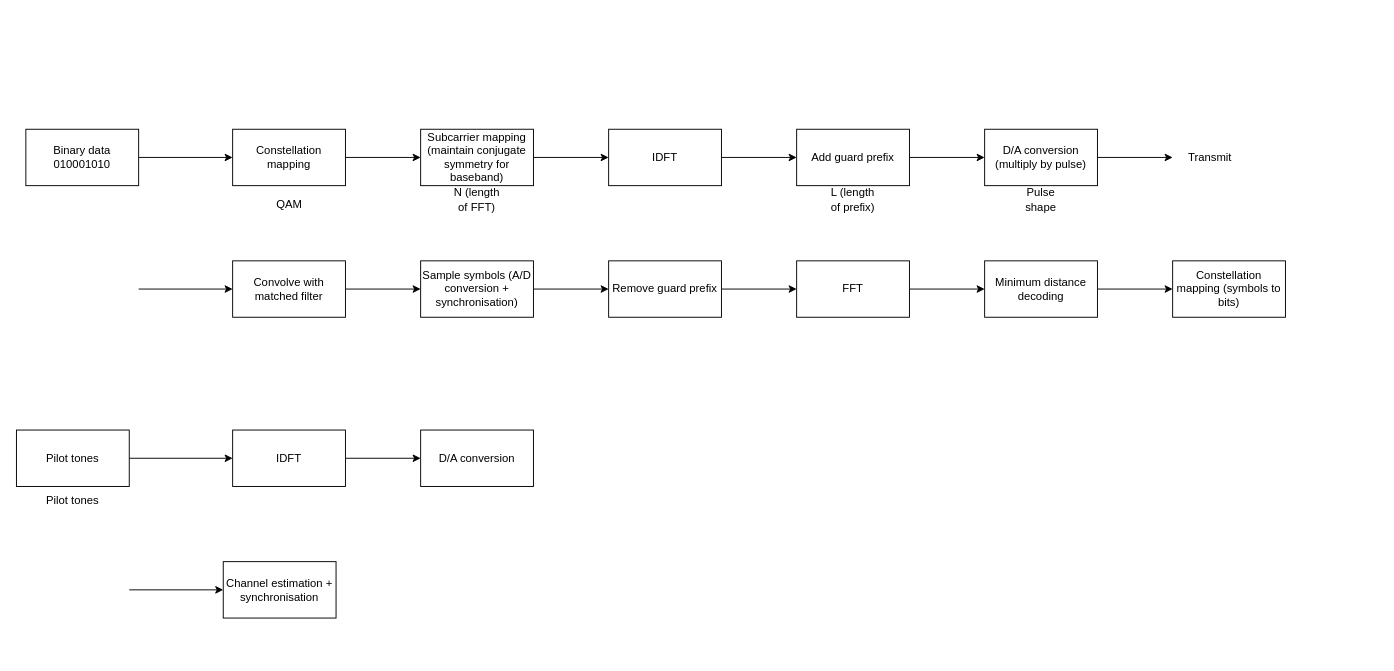
barkermrl/AudioModem keeps this draw.io diagram as OFDM.drawio. Above is the earlier version. Source tidied: cells renumbered, new cells numbered last; positions are measured from the earlier drawing's top-left corner, leaving out a move shared by most shapes. Both pictures are drawn from the tidied source at 94%, with x=0, y=0 at pixel (16, 129).
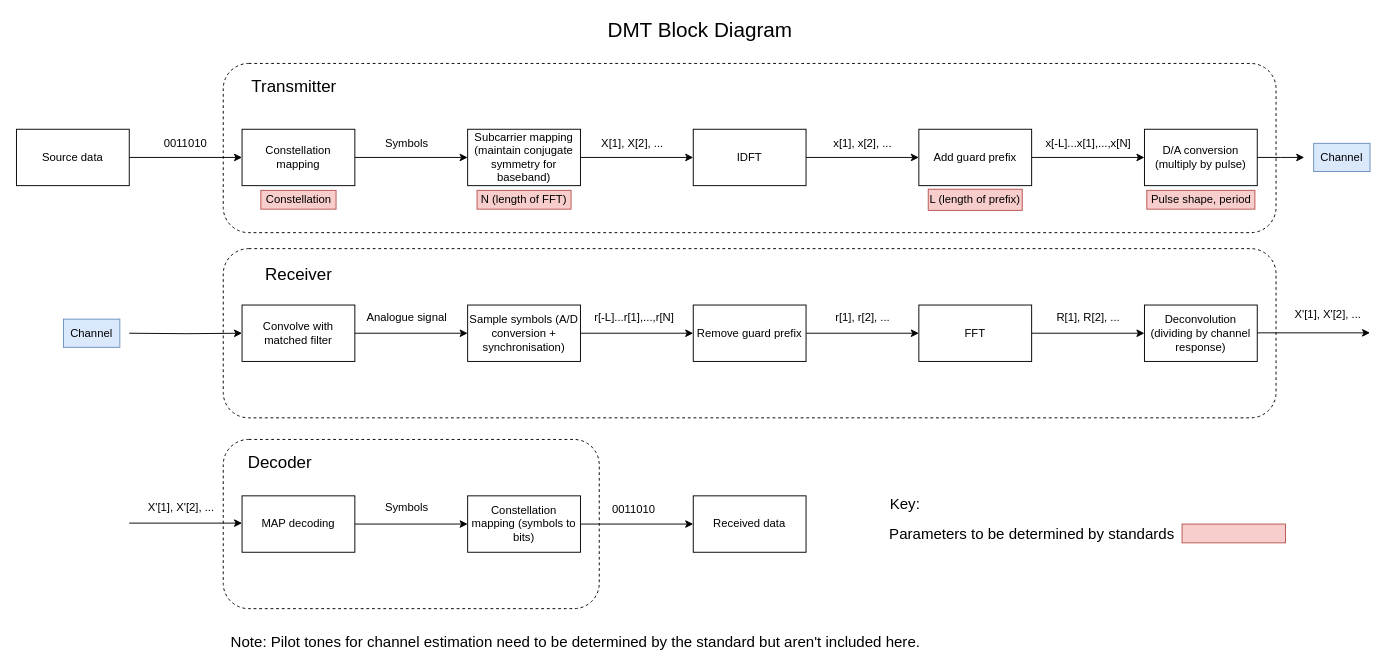
The same page after the edit.

Diff of the diagram source:
```diff
@@
+    <mxCell id="39" style="rounded=1;whiteSpace=wrap;html=1;fontSize=18;fillColor=none;dashed=1;" parent="1" vertex="1">
+      <mxGeometry x="220" y="330" width="400" height="180" as="geometry" />
+    </mxCell>
+    <mxCell id="40" style="rounded=1;whiteSpace=wrap;html=1;fontSize=18;fillColor=none;dashed=1;" parent="1" vertex="1">
+      <mxGeometry x="220" y="127" width="1120" height="180" as="geometry" />
+    </mxCell>
+    <mxCell id="41" style="rounded=1;whiteSpace=wrap;html=1;fontSize=18;fillColor=none;dashed=1;" parent="1" vertex="1">
+      <mxGeometry x="220" y="-70" width="1120" height="180" as="geometry" />
+    </mxCell>
@@
-    <mxCell id="3" value="Binary data&lt;br&gt;010001010" style="rounded=0;whiteSpace=wrap;html=1;" parent="1" vertex="1">
-      <mxGeometry x="10" width="120" height="60" as="geometry" />
+    <mxCell id="3" value="Source data" style="rounded=0;whiteSpace=wrap;html=1;" parent="1" vertex="1">
+      <mxGeometry width="120" height="60" as="geometry" />
     </mxCell>
@@
     <mxCell id="5" value="Constellation mapping" style="rounded=0;whiteSpace=wrap;html=1;" parent="1" vertex="1">
-      <mxGeometry x="230" width="120" height="60" as="geometry" />
+      <mxGeometry x="240" width="120" height="60" as="geometry" />
     </mxCell>
@@
     <mxCell id="7" value="Subcarrier mapping&lt;br&gt;(maintain conjugate symmetry for baseband)" style="rounded=0;whiteSpace=wrap;html=1;" parent="1" vertex="1">
-      <mxGeometry x="430" width="120" height="60" as="geometry" />
+      <mxGeometry x="480" width="120" height="60" as="geometry" />
     </mxCell>
@@
     <mxCell id="9" value="IDFT" style="whiteSpace=wrap;html=1;rounded=0;" parent="1" vertex="1">
-      <mxGeometry x="630" width="120" height="60" as="geometry" />
+      <mxGeometry x="720" width="120" height="60" as="geometry" />
     </mxCell>
@@
     <mxCell id="11" value="Add guard prefix" style="whiteSpace=wrap;html=1;rounded=0;" parent="1" vertex="1">
-      <mxGeometry x="830" width="120" height="60" as="geometry" />
+      <mxGeometry x="960" width="120" height="60" as="geometry" />
     </mxCell>
     <mxCell id="12" style="edgeStyle=orthogonalEdgeStyle;rounded=0;jettySize=auto;html=1;" parent="1" edge="1" source="13">
       <mxGeometry relative="1" as="geometry">
-        <mxPoint x="1230" y="30" as="targetPoint" />
+        <mxPoint x="1370" y="30" as="targetPoint" />
       </mxGeometry>
     </mxCell>
     <mxCell id="13" value="D/A conversion (multiply by pulse)" style="whiteSpace=wrap;html=1;rounded=0;" parent="1" vertex="1">
-      <mxGeometry x="1030" width="120" height="60" as="geometry" />
+      <mxGeometry x="1200" width="120" height="60" as="geometry" />
     </mxCell>
-    <mxCell id="14" value="QAM" style="text;html=1;align=center;verticalAlign=middle;strokeColor=none;fillColor=none;" parent="1" vertex="1">
-      <mxGeometry x="270" y="70" width="40" height="20" as="geometry" />
+    <mxCell id="14" value="Constellation" style="text;html=1;align=center;verticalAlign=middle;strokeColor=#b85450;fillColor=#f8cecc;" parent="1" vertex="1">
+      <mxGeometry x="260" y="65" width="80" height="20" as="geometry" />
     </mxCell>
-    <mxCell id="15" value="N (length of FFT)" style="text;html=1;strokeColor=none;fillColor=none;align=center;verticalAlign=middle;whiteSpace=wrap;rounded=0;" parent="1" vertex="1">
-      <mxGeometry x="460" y="60" width="60" height="30" as="geometry" />
+    <mxCell id="15" value="N (length of FFT)" style="text;html=1;strokeColor=#b85450;fillColor=#f8cecc;align=center;verticalAlign=middle;whiteSpace=wrap;rounded=0;" parent="1" vertex="1">
+      <mxGeometry x="490" y="65" width="100" height="20" as="geometry" />
     </mxCell>
-    <mxCell id="16" value="L (length of prefix)" style="text;html=1;strokeColor=none;fillColor=none;align=center;verticalAlign=middle;whiteSpace=wrap;rounded=0;" parent="1" vertex="1">
-      <mxGeometry x="860" y="60" width="60" height="30" as="geometry" />
+    <mxCell id="16" value="L (length of prefix)" style="text;html=1;strokeColor=#b85450;fillColor=#f8cecc;align=center;verticalAlign=middle;whiteSpace=wrap;rounded=0;" parent="1" vertex="1">
+      <mxGeometry x="970" y="63.8" width="100" height="22.5" as="geometry" />
     </mxCell>
-    <mxCell id="17" value="Pulse shape" style="text;html=1;strokeColor=none;fillColor=none;align=center;verticalAlign=middle;whiteSpace=wrap;rounded=0;" parent="1" vertex="1">
-      <mxGeometry x="1060" y="60" width="60" height="30" as="geometry" />
+    <mxCell id="17" value="Pulse shape, period" style="text;html=1;strokeColor=#b85450;fillColor=#f8cecc;align=center;verticalAlign=middle;whiteSpace=wrap;rounded=0;" parent="1" vertex="1">
+      <mxGeometry x="1202.5" y="65" width="115" height="20" as="geometry" />
     </mxCell>
-    <mxCell id="18" value="Transmit" style="text;html=1;strokeColor=none;fillColor=none;align=center;verticalAlign=middle;whiteSpace=wrap;rounded=0;" parent="1" vertex="1">
-      <mxGeometry x="1240" y="15" width="60" height="30" as="geometry" />
+    <mxCell id="18" value="Channel" style="text;html=1;strokeColor=#6c8ebf;fillColor=#dae8fc;align=center;verticalAlign=middle;whiteSpace=wrap;rounded=0;" parent="1" vertex="1">
+      <mxGeometry x="1380" y="15" width="60" height="30" as="geometry" />
     </mxCell>
@@
     <mxCell id="20" value="Convolve with matched filter" style="rounded=0;whiteSpace=wrap;html=1;" parent="1" vertex="1">
-      <mxGeometry x="230" y="140" width="120" height="60" as="geometry" />
+      <mxGeometry x="240" y="187" width="120" height="60" as="geometry" />
     </mxCell>
-    <mxCell id="21" style="edgeStyle=orthogonalEdgeStyle;rounded=0;orthogonalLoop=1;jettySize=auto;html=1;" parent="1" edge="1">
+    <mxCell id="21" style="edgeStyle=orthogonalEdgeStyle;rounded=0;jettySize=auto;html=1;entryX=0;entryY=0.5;entryDx=0;entryDy=0;" parent="1" edge="1" target="20">
       <mxGeometry relative="1" as="geometry">
-        <mxPoint x="130" y="170" as="sourcePoint" />
-        <mxPoint x="230" y="170" as="targetPoint" />
+        <mxPoint x="120" y="217" as="sourcePoint" />
       </mxGeometry>
     </mxCell>
@@
     <mxCell id="23" value="Sample symbols (A/D conversion + synchronisation)" style="whiteSpace=wrap;html=1;rounded=0;" parent="1" vertex="1">
-      <mxGeometry x="430" y="140" width="120" height="60" as="geometry" />
+      <mxGeometry x="480" y="187" width="120" height="60" as="geometry" />
     </mxCell>
@@
     <mxCell id="25" value="Remove guard prefix" style="whiteSpace=wrap;html=1;rounded=0;" parent="1" vertex="1">
-      <mxGeometry x="630" y="140" width="120" height="60" as="geometry" />
+      <mxGeometry x="720" y="187" width="120" height="60" as="geometry" />
     </mxCell>
-    <mxCell id="26" style="edgeStyle=orthogonalEdgeStyle;rounded=0;jettySize=auto;html=1;" parent="1" edge="1" source="27" target="29">
-      <mxGeometry relative="1" as="geometry" />
-    </mxCell>
+    <mxCell id="42" style="edgeStyle=orthogonalEdgeStyle;rounded=0;jettySize=auto;html=1;fontSize=18;" parent="1" edge="1" source="27" target="58">
+      <mxGeometry relative="1" as="geometry" />
+    </mxCell>
     <mxCell id="27" value="FFT" style="whiteSpace=wrap;html=1;rounded=0;" parent="1" vertex="1">
-      <mxGeometry x="830" y="140" width="120" height="60" as="geometry" />
+      <mxGeometry x="960" y="187" width="120" height="60" as="geometry" />
     </mxCell>
@@
-    <mxCell id="29" value="Minimum distance decoding" style="whiteSpace=wrap;html=1;rounded=0;" parent="1" vertex="1">
-      <mxGeometry x="1030" y="140" width="120" height="60" as="geometry" />
+    <mxCell id="29" value="MAP decoding" style="whiteSpace=wrap;html=1;rounded=0;" parent="1" vertex="1">
+      <mxGeometry x="240" y="390" width="120" height="60" as="geometry" />
     </mxCell>
+    <mxCell id="43" style="edgeStyle=orthogonalEdgeStyle;rounded=0;jettySize=auto;html=1;fontSize=18;" parent="1" edge="1" source="30" target="51">
+      <mxGeometry relative="1" as="geometry" />
+    </mxCell>
     <mxCell id="30" value="Constellation mapping (symbols to bits)" style="whiteSpace=wrap;html=1;rounded=0;" parent="1" vertex="1">
-      <mxGeometry x="1230" y="140" width="120" height="60" as="geometry" />
+      <mxGeometry x="480" y="390" width="120" height="60" as="geometry" />
     </mxCell>
-    <mxCell id="31" style="edgeStyle=orthogonalEdgeStyle;rounded=0;jettySize=auto;html=1;" parent="1" edge="1" source="32" target="34">
-      <mxGeometry relative="1" as="geometry" />
-    </mxCell>
-    <mxCell id="32" value="Pilot tones" style="rounded=0;whiteSpace=wrap;html=1;" parent="1" vertex="1">
-      <mxGeometry y="320" width="120" height="60" as="geometry" />
-    </mxCell>
-    <mxCell id="33" style="edgeStyle=orthogonalEdgeStyle;rounded=0;jettySize=auto;html=1;" parent="1" edge="1" source="34" target="37">
-      <mxGeometry relative="1" as="geometry" />
-    </mxCell>
-    <mxCell id="34" value="IDFT" style="whiteSpace=wrap;html=1;rounded=0;" parent="1" vertex="1">
-      <mxGeometry x="230" y="320" width="120" height="60" as="geometry" />
-    </mxCell>
-    <mxCell id="35" style="edgeStyle=orthogonalEdgeStyle;rounded=0;orthogonalLoop=1;jettySize=auto;html=1;" parent="1" edge="1">
-      <mxGeometry relative="1" as="geometry">
-        <mxPoint x="120" y="490" as="sourcePoint" />
-        <mxPoint x="220" y="490" as="targetPoint" />
-      </mxGeometry>
-    </mxCell>
-    <mxCell id="36" value="Channel estimation + synchronisation" style="rounded=0;whiteSpace=wrap;html=1;" parent="1" vertex="1">
-      <mxGeometry x="220" y="460" width="120" height="60" as="geometry" />
-    </mxCell>
-    <mxCell id="37" value="D/A conversion" style="whiteSpace=wrap;html=1;rounded=0;" parent="1" vertex="1">
-      <mxGeometry x="430" y="320" width="120" height="60" as="geometry" />
-    </mxCell>
-    <mxCell id="38" value="Pilot tones" style="text;html=1;strokeColor=none;fillColor=none;align=center;verticalAlign=middle;whiteSpace=wrap;rounded=0;" parent="1" vertex="1">
-      <mxGeometry x="30" y="380" width="60" height="30" as="geometry" />
-    </mxCell>
+    <mxCell id="44" value="0011010" style="text;html=1;strokeColor=none;fillColor=none;align=center;verticalAlign=middle;whiteSpace=wrap;rounded=0;" parent="1" vertex="1">
+      <mxGeometry x="150" width="60" height="30" as="geometry" />
+    </mxCell>
+    <mxCell id="45" value="X[1], X[2], ..." style="text;html=1;align=center;verticalAlign=middle;strokeColor=none;fillColor=none;" parent="1" vertex="1">
+      <mxGeometry x="615" y="5" width="80" height="20" as="geometry" />
+    </mxCell>
+    <mxCell id="46" value="Symbols" style="text;html=1;align=center;verticalAlign=middle;strokeColor=none;fillColor=none;" parent="1" vertex="1">
+      <mxGeometry x="385" y="5" width="60" height="20" as="geometry" />
+    </mxCell>
+    <mxCell id="47" value="x[1], x[2], ..." style="text;html=1;align=center;verticalAlign=middle;strokeColor=none;fillColor=none;" parent="1" vertex="1">
+      <mxGeometry x="860" y="5" width="80" height="20" as="geometry" />
+    </mxCell>
+    <mxCell id="48" value="x[-L]...x[1],...,x[N]" style="text;html=1;align=center;verticalAlign=middle;strokeColor=none;fillColor=none;" parent="1" vertex="1">
+      <mxGeometry x="1085" y="5" width="110" height="20" as="geometry" />
+    </mxCell>
+    <mxCell id="49" value="Transmitter" style="text;html=1;align=center;verticalAlign=middle;strokeColor=none;fillColor=none;fontSize=18;" parent="1" vertex="1">
+      <mxGeometry x="240" y="-60" width="110" height="30" as="geometry" />
+    </mxCell>
+    <mxCell id="50" value="Channel" style="text;html=1;strokeColor=#6c8ebf;fillColor=#dae8fc;align=center;verticalAlign=middle;whiteSpace=wrap;rounded=0;" parent="1" vertex="1">
+      <mxGeometry x="50" y="202" width="60" height="30" as="geometry" />
+    </mxCell>
+    <mxCell id="51" value="Received data" style="whiteSpace=wrap;html=1;rounded=0;" parent="1" vertex="1">
+      <mxGeometry x="720" y="390" width="120" height="60" as="geometry" />
+    </mxCell>
+    <mxCell id="52" value="Receiver" style="text;html=1;align=center;verticalAlign=middle;strokeColor=none;fillColor=none;fontSize=18;" parent="1" vertex="1">
+      <mxGeometry x="255" y="140" width="90" height="30" as="geometry" />
+    </mxCell>
+    <mxCell id="53" value="Symbols" style="text;html=1;align=center;verticalAlign=middle;strokeColor=none;fillColor=none;" parent="1" vertex="1">
+      <mxGeometry x="385" y="393" width="60" height="20" as="geometry" />
+    </mxCell>
+    <mxCell id="54" value="R[1], R[2], ..." style="text;html=1;align=center;verticalAlign=middle;strokeColor=none;fillColor=none;" parent="1" vertex="1">
+      <mxGeometry x="1100" y="190" width="80" height="20" as="geometry" />
+    </mxCell>
+    <mxCell id="55" value="r[-L]...r[1],...,r[N]" style="text;html=1;align=center;verticalAlign=middle;strokeColor=none;fillColor=none;" parent="1" vertex="1">
+      <mxGeometry x="607" y="190" width="100" height="20" as="geometry" />
+    </mxCell>
+    <mxCell id="56" value="r[1], r[2], ..." style="text;html=1;align=center;verticalAlign=middle;strokeColor=none;fillColor=none;" parent="1" vertex="1">
+      <mxGeometry x="865" y="190" width="70" height="20" as="geometry" />
+    </mxCell>
+    <mxCell id="57" value="Analogue signal" style="text;html=1;align=center;verticalAlign=middle;strokeColor=none;fillColor=none;" parent="1" vertex="1">
+      <mxGeometry x="365" y="190" width="100" height="20" as="geometry" />
+    </mxCell>
+    <mxCell id="58" value="Deconvolution (dividing by channel response)" style="whiteSpace=wrap;html=1;rounded=0;" parent="1" vertex="1">
+      <mxGeometry x="1200" y="187" width="120" height="60" as="geometry" />
+    </mxCell>
+    <mxCell id="59" style="edgeStyle=orthogonalEdgeStyle;rounded=0;orthogonalLoop=1;jettySize=auto;html=1;fontSize=18;" parent="1" edge="1">
+      <mxGeometry relative="1" as="geometry">
+        <mxPoint x="1320" y="216.6" as="sourcePoint" />
+        <mxPoint x="1440" y="216.6" as="targetPoint" />
+      </mxGeometry>
+    </mxCell>
+    <mxCell id="60" value="X'[1], X'[2], ..." style="text;html=1;align=center;verticalAlign=middle;strokeColor=none;fillColor=none;" parent="1" vertex="1">
+      <mxGeometry x="1350" y="187" width="90" height="20" as="geometry" />
+    </mxCell>
+    <mxCell id="61" style="edgeStyle=orthogonalEdgeStyle;rounded=0;orthogonalLoop=1;jettySize=auto;html=1;fontSize=18;" parent="1" edge="1">
+      <mxGeometry relative="1" as="geometry">
+        <mxPoint x="120" y="419" as="sourcePoint" />
+        <mxPoint x="240" y="419" as="targetPoint" />
+      </mxGeometry>
+    </mxCell>
+    <mxCell id="62" value="X'[1], X'[2], ..." style="text;html=1;align=center;verticalAlign=middle;strokeColor=none;fillColor=none;" parent="1" vertex="1">
+      <mxGeometry x="130" y="393" width="90" height="20" as="geometry" />
+    </mxCell>
+    <mxCell id="63" value="0011010" style="text;html=1;strokeColor=none;fillColor=none;align=center;verticalAlign=middle;whiteSpace=wrap;rounded=0;" parent="1" vertex="1">
+      <mxGeometry x="627" y="390" width="60" height="30" as="geometry" />
+    </mxCell>
+    <mxCell id="64" value="Decoder" style="text;html=1;align=center;verticalAlign=middle;strokeColor=none;fillColor=none;fontSize=18;" parent="1" vertex="1">
+      <mxGeometry x="240" y="340" width="80" height="30" as="geometry" />
+    </mxCell>
+    <mxCell id="65" value="Key:" style="text;html=1;align=center;verticalAlign=middle;strokeColor=none;fillColor=none;fontSize=16;" parent="1" vertex="1">
+      <mxGeometry x="920" y="388" width="50" height="20" as="geometry" />
+    </mxCell>
+    <mxCell id="66" value="Parameters to be determined by standards" style="text;html=1;align=center;verticalAlign=middle;strokeColor=none;fillColor=none;fontSize=16;" parent="1" vertex="1">
+      <mxGeometry x="920" y="420" width="320" height="20" as="geometry" />
+    </mxCell>
+    <mxCell id="67" style="rounded=0;whiteSpace=wrap;html=1;fontSize=18;fillColor=#f8cecc;strokeColor=#b85450;" parent="1" vertex="1">
+      <mxGeometry x="1240" y="420" width="110" height="20" as="geometry" />
+    </mxCell>
+    <mxCell id="68" value="Note: Pilot tones for channel estimation need to be determined by the standard but aren't included here." style="text;html=1;strokeColor=none;fillColor=none;align=center;verticalAlign=middle;whiteSpace=wrap;rounded=0;fontSize=16;" parent="1" vertex="1">
+      <mxGeometry x="220" y="530" width="750" height="30" as="geometry" />
+    </mxCell>
+    <mxCell id="69" value="DMT Block Diagram&amp;nbsp;" style="text;html=1;align=center;verticalAlign=middle;strokeColor=none;fillColor=none;fontSize=22;" parent="1" vertex="1">
+      <mxGeometry x="620" y="-120" width="220" height="30" as="geometry" />
+    </mxCell>
```
